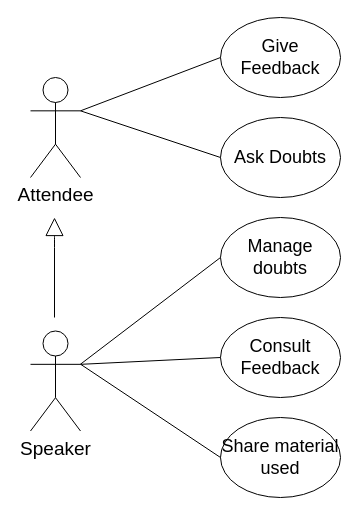
This is Use Case Diagram.drawio from softeng-feup/open-cx-aacm, a draw.io file, before an edit. Source tidied: cells renumbered, new cells numbered last; positions are measured from the earlier drawing's top-left corner, leaving out a move shared by most shapes. Both pictures are drawn from the tidied source at 100%, with x=0, y=0 at pixel (30, 17).
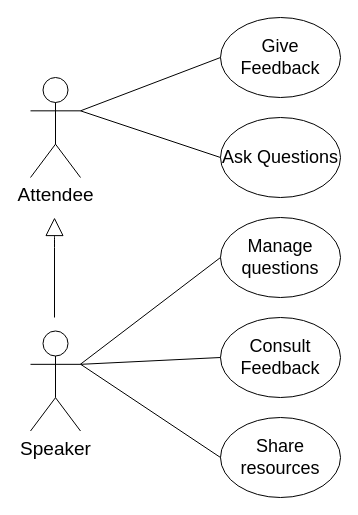
Above is the later version.

Commit message (it also covers changes not shown here):
updated use case diagram

Diff of the diagram source:
```diff
@@
 <mxGraphModel>
   <root>
     <mxCell id="0" />
     <mxCell id="1" parent="0" />
     <mxCell id="2" value="Attendee" style="shape=umlActor;verticalLabelPosition=bottom;labelBackgroundColor=#ffffff;verticalAlign=top;html=1;outlineConnect=0;fontSize=19;" parent="1" vertex="1">
       <mxGeometry y="60" width="50" height="100" as="geometry" />
     </mxCell>
-    <mxCell id="3" value="Ask Doubts" style="ellipse;whiteSpace=wrap;html=1;fontSize=18;" parent="1" vertex="1">
+    <mxCell id="3" value="Ask Questions" style="ellipse;whiteSpace=wrap;html=1;fontSize=18;" parent="1" vertex="1">
       <mxGeometry x="190" y="100" width="120" height="80" as="geometry" />
     </mxCell>
     <mxCell id="4" value="Give Feedback" style="ellipse;whiteSpace=wrap;html=1;fontSize=18;" parent="1" vertex="1">
       <mxGeometry x="190" width="120" height="80" as="geometry" />
     </mxCell>
     <mxCell id="5" style="endArrow=none;html=1;fontSize=24;entryX=0;entryY=0.5;entryDx=0;entryDy=0;exitX=1;exitY=0.3333333333333333;exitDx=0;exitDy=0;exitPerimeter=0;" parent="1" edge="1" source="2" target="3">
       <mxGeometry relative="1" as="geometry" />
     </mxCell>
     <mxCell id="6" style="endArrow=none;html=1;fontSize=24;entryX=0;entryY=0.5;entryDx=0;entryDy=0;exitX=1;exitY=0.3333333333333333;exitDx=0;exitDy=0;exitPerimeter=0;" parent="1" edge="1" source="2" target="4">
       <mxGeometry relative="1" as="geometry" />
     </mxCell>
-    <mxCell id="7" value="Manage doubts" style="ellipse;whiteSpace=wrap;html=1;fontSize=18;" parent="1" vertex="1">
+    <mxCell id="7" value="Manage questions" style="ellipse;whiteSpace=wrap;html=1;fontSize=18;" parent="1" vertex="1">
       <mxGeometry x="190" y="200" width="120" height="80" as="geometry" />
     </mxCell>
-    <mxCell id="8" value="Share material used" style="ellipse;whiteSpace=wrap;html=1;fontSize=18;" parent="1" vertex="1">
+    <mxCell id="8" value="Share resources" style="ellipse;whiteSpace=wrap;html=1;fontSize=18;" parent="1" vertex="1">
       <mxGeometry x="190" y="400" width="120" height="80" as="geometry" />
     </mxCell>
     <mxCell id="9" style="endArrow=none;html=1;fontSize=20;entryX=0;entryY=0.5;entryDx=0;entryDy=0;exitX=1;exitY=0.3333333333333333;exitDx=0;exitDy=0;exitPerimeter=0;" parent="1" edge="1" target="7">
       <mxGeometry relative="1" as="geometry">
         <mxPoint x="50" y="346.7" as="sourcePoint" />
       </mxGeometry>
     </mxCell>
     <mxCell id="10" style="endArrow=none;html=1;fontSize=20;entryX=0;entryY=0.5;entryDx=0;entryDy=0;exitX=1;exitY=0.3333333333333333;exitDx=0;exitDy=0;exitPerimeter=0;" parent="1" edge="1" target="8">
       <mxGeometry relative="1" as="geometry">
         <mxPoint x="50" y="346.7" as="sourcePoint" />
       </mxGeometry>
     </mxCell>
     <mxCell id="11" style="endArrow=block;endSize=16;endFill=0;html=1;fontSize=19;" parent="1" edge="1">
       <mxGeometry relative="1" as="geometry">
         <mxPoint x="24" y="300" as="sourcePoint" />
         <mxPoint x="24" y="200" as="targetPoint" />
         <Array as="points">
           <mxPoint x="24" y="220" />
         </Array>
       </mxGeometry>
     </mxCell>
     <mxCell id="12" value="Speaker" style="shape=umlActor;verticalLabelPosition=bottom;labelBackgroundColor=#ffffff;verticalAlign=top;html=1;outlineConnect=0;fontSize=19;" parent="1" vertex="1">
       <mxGeometry y="313.5" width="50" height="100" as="geometry" />
     </mxCell>
     <mxCell id="13" value="Consult Feedback" style="ellipse;whiteSpace=wrap;html=1;fontSize=18;" parent="1" vertex="1">
       <mxGeometry x="190" y="300" width="120" height="80" as="geometry" />
     </mxCell>
     <mxCell id="14" style="endArrow=none;html=1;fontSize=18;exitX=1;exitY=0.3333333333333333;exitDx=0;exitDy=0;exitPerimeter=0;entryX=0;entryY=0.5;entryDx=0;entryDy=0;" parent="1" edge="1" source="12" target="13">
       <mxGeometry relative="1" as="geometry" />
     </mxCell>
   </root>
 </mxGraphModel>
```
